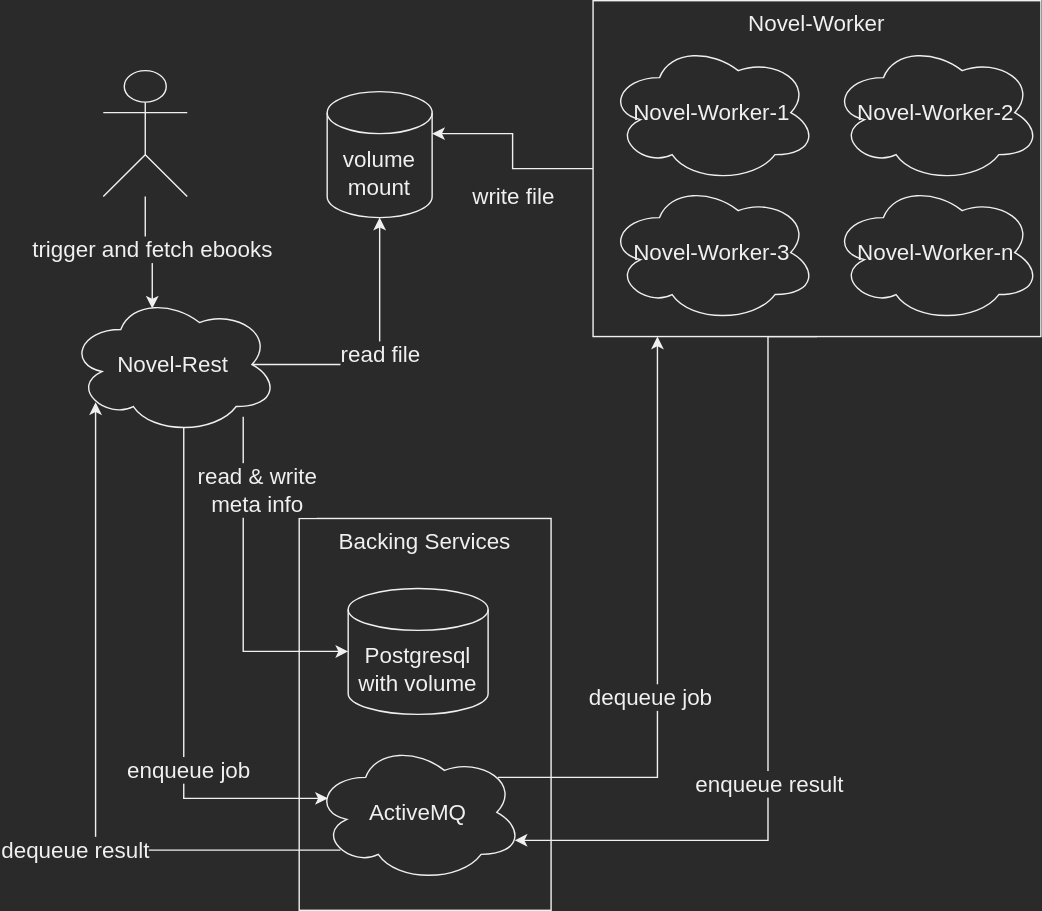
Earlier version of the draw.io export images/architecture.svg (NovelService/Report). Source tidied: cells renumbered, new cells last; positions are measured from the earlier drawing's top-left corner, leaving out a move shared by most shapes. Its diagram source:
```xml
<mxGraphModel>
  <root>
    <mxCell id="0" />
    <mxCell id="1" parent="0" />
    <mxCell id="2" style="group;" parent="1" vertex="1">
      <mxGeometry x="165" y="370" width="180" height="280" as="geometry" />
    </mxCell>
    <mxCell id="3" value="Backing Services" style="rounded=0;whiteSpace=wrap;html=1;verticalAlign=top;fontSize=16;" parent="2" vertex="1">
      <mxGeometry width="180" height="280" as="geometry" />
    </mxCell>
    <mxCell id="4" value="Postgresql with volume" style="shape=cylinder3;whiteSpace=wrap;html=1;boundedLbl=1;backgroundOutline=1;size=15;fontSize=16;" parent="2" vertex="1">
      <mxGeometry x="35" y="50" width="100" height="90" as="geometry" />
    </mxCell>
    <mxCell id="5" value="ActiveMQ" style="ellipse;shape=cloud;whiteSpace=wrap;html=1;fontSize=16;" parent="2" vertex="1">
      <mxGeometry x="10" y="160" width="150" height="100" as="geometry" />
    </mxCell>
    <mxCell id="6" value="trigger and fetch ebooks" style="edgeStyle=orthogonalEdgeStyle;rounded=0;jettySize=auto;html=1;entryX=0.4;entryY=0.1;entryDx=0;entryDy=0;entryPerimeter=0;fontSize=16;" parent="1" edge="1" source="7" target="11">
      <mxGeometry relative="1" as="geometry" />
    </mxCell>
    <mxCell id="7" style="shape=umlActor;verticalLabelPosition=bottom;verticalAlign=top;html=1;outlineConnect=0;fontSize=16;" parent="1" vertex="1">
      <mxGeometry x="25" y="50" width="60" height="90" as="geometry" />
    </mxCell>
    <mxCell id="8" value="read &amp;amp; write&lt;br&gt;meta info" style="edgeStyle=orthogonalEdgeStyle;rounded=0;jettySize=auto;html=1;entryX=0;entryY=0.5;entryDx=0;entryDy=0;entryPerimeter=0;fontSize=16;" parent="1" edge="1" source="11" target="4">
      <mxGeometry x="-0.57" y="10" relative="1" as="geometry">
        <Array as="points">
          <mxPoint x="125" y="465" />
        </Array>
      </mxGeometry>
    </mxCell>
    <mxCell id="9" value="enqueue job" style="edgeStyle=orthogonalEdgeStyle;rounded=0;jettySize=auto;html=1;entryX=0.07;entryY=0.4;entryDx=0;entryDy=0;entryPerimeter=0;fontSize=16;exitX=0.55;exitY=0.95;exitDx=0;exitDy=0;exitPerimeter=0;" parent="1" edge="1" source="11" target="5">
      <mxGeometry x="0.33" y="3" relative="1" as="geometry">
        <Array as="points">
          <mxPoint x="83" y="570" />
        </Array>
      </mxGeometry>
    </mxCell>
    <mxCell id="10" value="read file" style="edgeStyle=orthogonalEdgeStyle;rounded=0;jettySize=auto;html=1;entryX=0.5;entryY=1;entryDx=0;entryDy=0;entryPerimeter=0;fontSize=16;exitX=0.875;exitY=0.5;exitDx=0;exitDy=0;exitPerimeter=0;" parent="1" edge="1" source="11" target="15">
      <mxGeometry relative="1" as="geometry" />
    </mxCell>
    <mxCell id="11" value="Novel-Rest" style="ellipse;shape=cloud;whiteSpace=wrap;html=1;fontSize=16;" parent="1" vertex="1">
      <mxGeometry y="210" width="150" height="100" as="geometry" />
    </mxCell>
    <mxCell id="12" value="dequeue job" style="edgeStyle=orthogonalEdgeStyle;rounded=0;jettySize=auto;html=1;exitX=0.88;exitY=0.25;exitDx=0;exitDy=0;exitPerimeter=0;fontSize=16;" parent="1" edge="1" source="5" target="19">
      <mxGeometry x="-0.2" y="5" relative="1" as="geometry">
        <Array as="points">
          <mxPoint x="421" y="555" />
        </Array>
      </mxGeometry>
    </mxCell>
    <mxCell id="13" style="edgeStyle=orthogonalEdgeStyle;rounded=0;jettySize=auto;html=1;fontSize=16;exitX=0.5;exitY=1;exitDx=0;exitDy=0;entryX=0.96;entryY=0.7;entryDx=0;entryDy=0;entryPerimeter=0;" parent="1" edge="1" source="19" target="5">
      <mxGeometry relative="1" as="geometry">
        <Array as="points">
          <mxPoint x="500" y="600" />
        </Array>
      </mxGeometry>
    </mxCell>
    <mxCell id="14" value="enqueue result" style="edgeLabel;html=1;align=center;verticalAlign=middle;fontSize=16;" parent="13" vertex="1">
      <mxGeometry x="-0.24" y="1" relative="1" as="geometry">
        <mxPoint x="-1" y="136.2" as="offset" />
      </mxGeometry>
    </mxCell>
    <mxCell id="15" value="volume mount" style="shape=cylinder3;whiteSpace=wrap;html=1;boundedLbl=1;backgroundOutline=1;size=15;fontSize=16;" parent="1" vertex="1">
      <mxGeometry x="185" y="65" width="75" height="90" as="geometry" />
    </mxCell>
    <mxCell id="16" value="write file" style="edgeStyle=orthogonalEdgeStyle;rounded=0;jettySize=auto;html=1;entryX=1;entryY=0;entryDx=0;entryDy=30;entryPerimeter=0;fontSize=16;" parent="1" edge="1" source="19" target="15">
      <mxGeometry x="-0.17" y="-20" relative="1" as="geometry">
        <mxPoint x="-20" y="20" as="offset" />
      </mxGeometry>
    </mxCell>
    <mxCell id="17" value="dequeue result" style="edgeStyle=orthogonalEdgeStyle;rounded=0;jettySize=auto;html=1;exitX=0.13;exitY=0.77;exitDx=0;exitDy=0;exitPerimeter=0;entryX=0.13;entryY=0.77;entryDx=0;entryDy=0;entryPerimeter=0;fontSize=16;" parent="1" edge="1" source="5" target="11">
      <mxGeometry x="-0.29" y="15" relative="1" as="geometry" />
    </mxCell>
    <mxCell id="18" style="group;" parent="1" vertex="1">
      <mxGeometry x="375" width="320" height="240" as="geometry" />
    </mxCell>
    <mxCell id="19" value="Novel-Worker" style="rounded=0;whiteSpace=wrap;html=1;fontSize=16;verticalAlign=top;" parent="18" vertex="1">
      <mxGeometry width="320" height="240" as="geometry" />
    </mxCell>
    <mxCell id="20" value="Novel-Worker-1" style="ellipse;shape=cloud;whiteSpace=wrap;html=1;fontSize=16;" parent="18" vertex="1">
      <mxGeometry x="10" y="30" width="150" height="100" as="geometry" />
    </mxCell>
    <mxCell id="21" value="Novel-Worker-2" style="ellipse;shape=cloud;whiteSpace=wrap;html=1;fontSize=16;" parent="18" vertex="1">
      <mxGeometry x="170" y="30" width="150" height="100" as="geometry" />
    </mxCell>
    <mxCell id="22" value="&lt;span&gt;Novel-Worker-n&lt;/span&gt;" style="ellipse;shape=cloud;whiteSpace=wrap;html=1;fontSize=16;" parent="18" vertex="1">
      <mxGeometry x="170" y="130" width="150" height="100" as="geometry" />
    </mxCell>
    <mxCell id="23" value="Novel-Worker-3" style="ellipse;shape=cloud;whiteSpace=wrap;html=1;fontSize=16;" parent="18" vertex="1">
      <mxGeometry x="10" y="130" width="150" height="100" as="geometry" />
    </mxCell>
  </root>
</mxGraphModel>
```
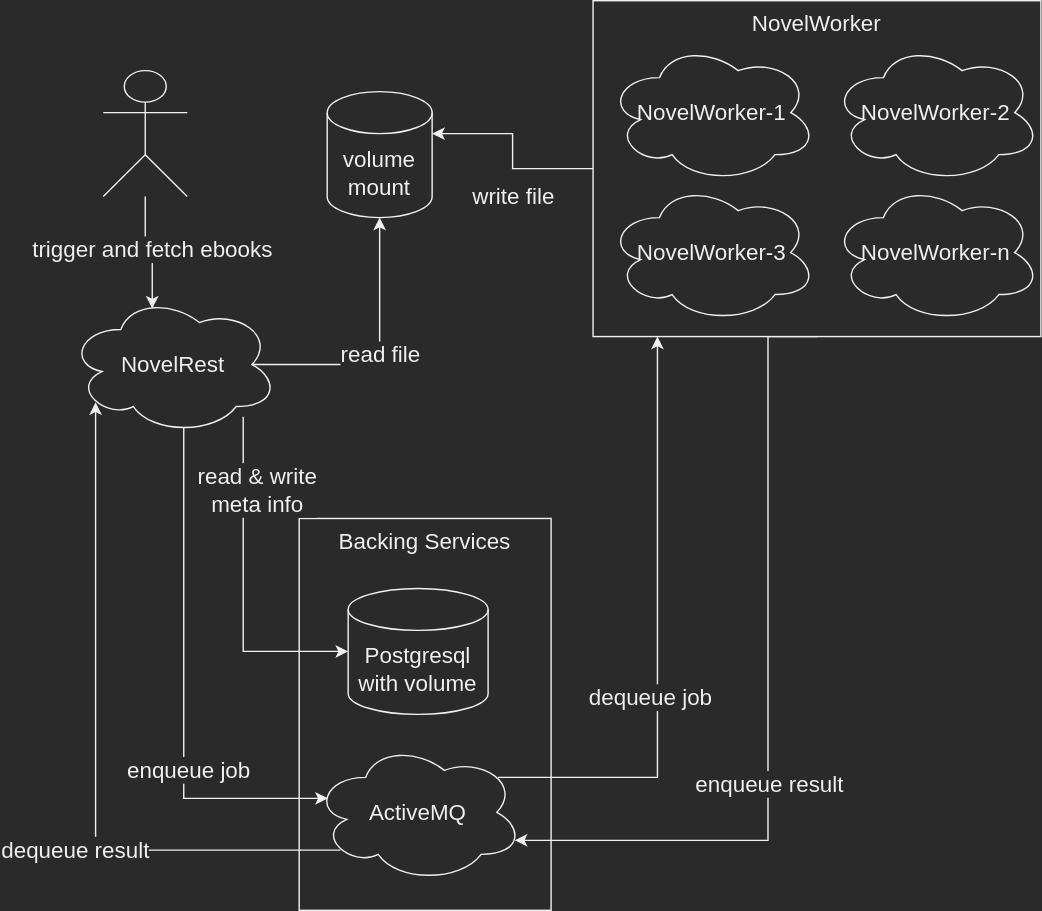
After the commit.

Change to the diagram source:
```diff
@@ -37,7 +37,7 @@
     <mxCell id="10" value="read file" style="edgeStyle=orthogonalEdgeStyle;rounded=0;jettySize=auto;html=1;entryX=0.5;entryY=1;entryDx=0;entryDy=0;entryPerimeter=0;fontSize=16;exitX=0.875;exitY=0.5;exitDx=0;exitDy=0;exitPerimeter=0;" parent="1" edge="1" source="11" target="15">
       <mxGeometry relative="1" as="geometry" />
     </mxCell>
-    <mxCell id="11" value="Novel-Rest" style="ellipse;shape=cloud;whiteSpace=wrap;html=1;fontSize=16;" parent="1" vertex="1">
+    <mxCell id="11" value="NovelRest" style="ellipse;shape=cloud;whiteSpace=wrap;html=1;fontSize=16;" parent="1" vertex="1">
       <mxGeometry y="210" width="150" height="100" as="geometry" />
     </mxCell>
     <mxCell id="12" value="dequeue job" style="edgeStyle=orthogonalEdgeStyle;rounded=0;jettySize=auto;html=1;exitX=0.88;exitY=0.25;exitDx=0;exitDy=0;exitPerimeter=0;fontSize=16;" parent="1" edge="1" source="5" target="19">
@@ -73,19 +73,19 @@
     <mxCell id="18" style="group;" parent="1" vertex="1">
       <mxGeometry x="375" width="320" height="240" as="geometry" />
     </mxCell>
-    <mxCell id="19" value="Novel-Worker" style="rounded=0;whiteSpace=wrap;html=1;fontSize=16;verticalAlign=top;" parent="18" vertex="1">
+    <mxCell id="19" value="NovelWorker" style="rounded=0;whiteSpace=wrap;html=1;fontSize=16;verticalAlign=top;" parent="18" vertex="1">
       <mxGeometry width="320" height="240" as="geometry" />
     </mxCell>
-    <mxCell id="20" value="Novel-Worker-1" style="ellipse;shape=cloud;whiteSpace=wrap;html=1;fontSize=16;" parent="18" vertex="1">
+    <mxCell id="20" value="NovelWorker-1" style="ellipse;shape=cloud;whiteSpace=wrap;html=1;fontSize=16;" parent="18" vertex="1">
       <mxGeometry x="10" y="30" width="150" height="100" as="geometry" />
     </mxCell>
-    <mxCell id="21" value="Novel-Worker-2" style="ellipse;shape=cloud;whiteSpace=wrap;html=1;fontSize=16;" parent="18" vertex="1">
+    <mxCell id="21" value="NovelWorker-2" style="ellipse;shape=cloud;whiteSpace=wrap;html=1;fontSize=16;" parent="18" vertex="1">
       <mxGeometry x="170" y="30" width="150" height="100" as="geometry" />
     </mxCell>
-    <mxCell id="22" value="&lt;span&gt;Novel-Worker-n&lt;/span&gt;" style="ellipse;shape=cloud;whiteSpace=wrap;html=1;fontSize=16;" parent="18" vertex="1">
+    <mxCell id="22" value="&lt;span&gt;NovelWorker-n&lt;/span&gt;" style="ellipse;shape=cloud;whiteSpace=wrap;html=1;fontSize=16;" parent="18" vertex="1">
       <mxGeometry x="170" y="130" width="150" height="100" as="geometry" />
     </mxCell>
-    <mxCell id="23" value="Novel-Worker-3" style="ellipse;shape=cloud;whiteSpace=wrap;html=1;fontSize=16;" parent="18" vertex="1">
+    <mxCell id="23" value="NovelWorker-3" style="ellipse;shape=cloud;whiteSpace=wrap;html=1;fontSize=16;" parent="18" vertex="1">
       <mxGeometry x="10" y="130" width="150" height="100" as="geometry" />
     </mxCell>
   </root>
```
